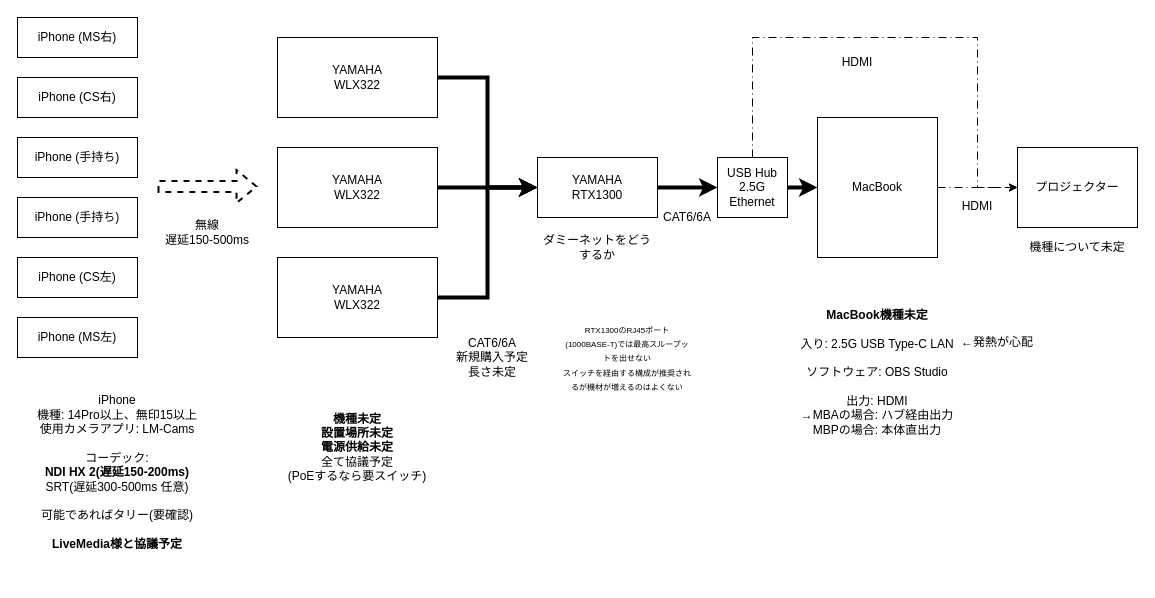
Earlier version of the draw.io diagram IS祭NW構成図.drawio (mizoyuzu/IS-network). Source tidied: cells renumbered, new cells numbered last; positions are measured from the earlier drawing's top-left corner, leaving out a move shared by most shapes. Both pictures are drawn from the tidied source at 100%, with x=0, y=0 at pixel (17, 17).
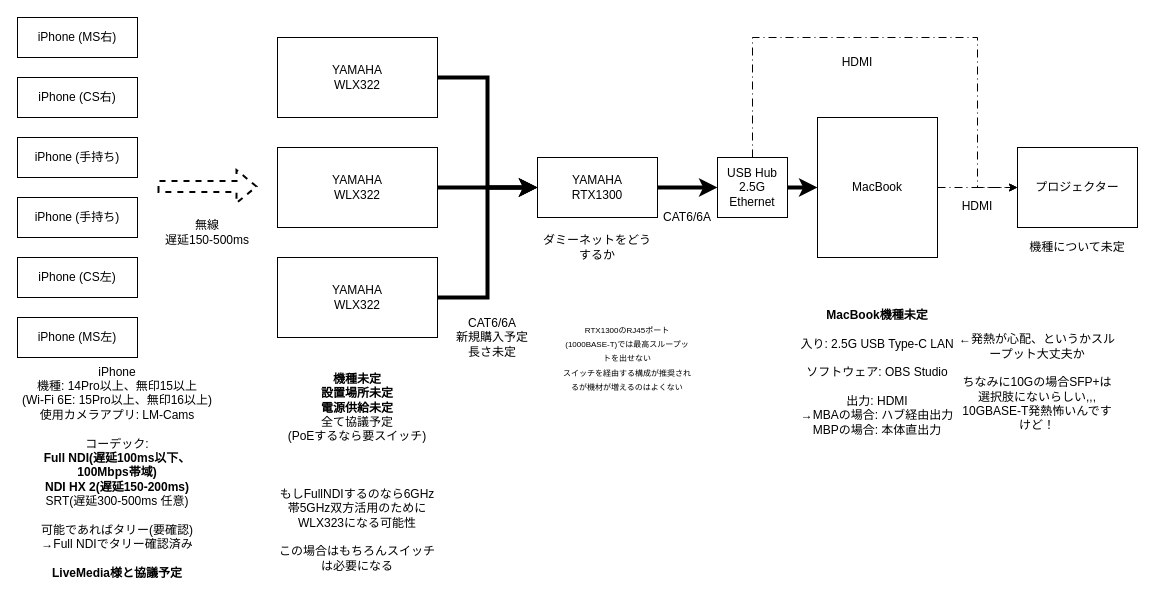
After the change.

Commit message:
IS祭NW構成図.drawio を更新

The edit, as a diff of the source:
```diff
@@
-    <mxCell id="8" value="&lt;div&gt;iPhone&lt;/div&gt;&lt;div&gt;機種: 14Pro以上、無印15以上&lt;/div&gt;&lt;div&gt;使用カメラアプリ: LM-Cams&lt;/div&gt;&lt;div&gt;&lt;br&gt;&lt;/div&gt;&lt;div&gt;コーデック:&lt;/div&gt;&lt;div&gt;&lt;b&gt;NDI HX 2(遅延150-200ms)&lt;/b&gt;&lt;/div&gt;&lt;div&gt;SRT(遅延300-500ms 任意)&lt;/div&gt;&lt;div&gt;&lt;br&gt;&lt;/div&gt;&lt;div&gt;可能であればタリー(要確認)&lt;/div&gt;&lt;div&gt;&lt;br&gt;&lt;/div&gt;&lt;div&gt;&lt;b&gt;LiveMedia様と協議予定&lt;/b&gt;&lt;/div&gt;" style="text;html=1;whiteSpace=wrap;strokeColor=none;fillColor=none;align=center;verticalAlign=middle;rounded=0;" parent="1" vertex="1">
+    <mxCell id="8" value="&lt;div&gt;iPhone&lt;/div&gt;&lt;div&gt;機種: 14Pro以上、無印15以上&lt;/div&gt;&lt;div&gt;(Wi-Fi 6E: 15Pro以上、無印16以上)&lt;/div&gt;&lt;div&gt;使用カメラアプリ: LM-Cams&lt;/div&gt;&lt;div&gt;&lt;br&gt;&lt;/div&gt;&lt;div&gt;コーデック:&lt;/div&gt;&lt;div&gt;&lt;b&gt;Full NDI(遅延100ms以下、100Mbps帯域)&lt;/b&gt;&lt;/div&gt;&lt;div&gt;&lt;b&gt;NDI HX 2(遅延150-200ms)&lt;/b&gt;&lt;/div&gt;&lt;div&gt;SRT(遅延300-500ms 任意)&lt;/div&gt;&lt;div&gt;&lt;br&gt;&lt;/div&gt;&lt;div&gt;可能であればタリー(要確認)&lt;/div&gt;&lt;div&gt;→Full NDIでタリー確認済み&lt;/div&gt;&lt;div&gt;&lt;br&gt;&lt;/div&gt;&lt;div&gt;&lt;b&gt;LiveMedia様と協議予定&lt;/b&gt;&lt;/div&gt;" style="text;html=1;whiteSpace=wrap;strokeColor=none;fillColor=none;align=center;verticalAlign=middle;rounded=0;" parent="1" vertex="1">
       <mxGeometry y="360" width="200" height="190" as="geometry" />
     </mxCell>
@@
-    <mxCell id="17" value="&lt;div&gt;&lt;b&gt;機種未定&lt;/b&gt;&lt;/div&gt;&lt;div&gt;&lt;b&gt;設置場所未定&lt;/b&gt;&lt;/div&gt;&lt;div&gt;&lt;b&gt;電源供給未定&lt;/b&gt;&lt;br&gt;全て協議予定&lt;/div&gt;&lt;div&gt;(PoEするなら要スイッチ)&lt;/div&gt;" style="text;html=1;whiteSpace=wrap;strokeColor=none;fillColor=none;align=center;verticalAlign=middle;rounded=0;" parent="1" vertex="1">
-      <mxGeometry x="260" y="380" width="160" height="100" as="geometry" />
+    <mxCell id="17" value="&lt;div&gt;&lt;b&gt;機種未定&lt;/b&gt;&lt;/div&gt;&lt;div&gt;&lt;b&gt;設置場所未定&lt;/b&gt;&lt;/div&gt;&lt;div&gt;&lt;b&gt;電源供給未定&lt;/b&gt;&lt;br&gt;全て協議予定&lt;/div&gt;&lt;div&gt;(PoEするなら要スイッチ)&lt;/div&gt;&lt;div&gt;&lt;br&gt;&lt;/div&gt;&lt;div&gt;&lt;br&gt;&lt;/div&gt;&lt;div&gt;&lt;br&gt;&lt;/div&gt;&lt;div&gt;もしFullNDIするのなら6GHz帯5GHz双方活用のためにWLX323になる可能性&lt;/div&gt;&lt;div&gt;&lt;br&gt;&lt;/div&gt;&lt;div&gt;この場合はもちろんスイッチは必要になる&lt;/div&gt;" style="text;html=1;whiteSpace=wrap;strokeColor=none;fillColor=none;align=center;verticalAlign=middle;rounded=0;" parent="1" vertex="1">
+      <mxGeometry x="260" y="350" width="160" height="210" as="geometry" />
     </mxCell>
@@
     <mxCell id="20" value="&lt;div&gt;CAT6/6A&lt;/div&gt;&lt;div&gt;新規購入予定&lt;/div&gt;&lt;div&gt;長さ未定&lt;/div&gt;" style="text;html=1;whiteSpace=wrap;strokeColor=none;fillColor=none;align=center;verticalAlign=middle;rounded=0;" parent="1" vertex="1">
-      <mxGeometry x="420" y="290" width="110" height="100" as="geometry" />
+      <mxGeometry x="420" y="270" width="110" height="100" as="geometry" />
     </mxCell>
@@
-    <mxCell id="32" value="←発熱が心配" style="text;html=1;whiteSpace=wrap;strokeColor=none;fillColor=none;align=center;verticalAlign=middle;rounded=0;" parent="1" vertex="1">
-      <mxGeometry x="940" y="310" width="80" height="30" as="geometry" />
+    <mxCell id="32" value="&lt;div&gt;←発熱が心配、というかスループット大丈夫か&lt;/div&gt;&lt;div&gt;&lt;br&gt;&lt;/div&gt;&lt;div&gt;ちなみに10Gの場合SFP+は選択肢にないらしい,,,&lt;br&gt;10GBASE-T発熱怖いんですけど！&lt;/div&gt;" style="text;html=1;whiteSpace=wrap;strokeColor=none;fillColor=none;align=center;verticalAlign=middle;rounded=0;" parent="1" vertex="1">
+      <mxGeometry x="940" y="300" width="160" height="130" as="geometry" />
     </mxCell>
```
